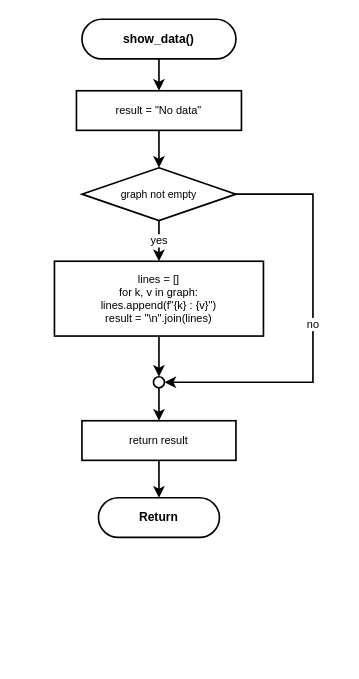
This is program001/flowchart/04_show_data.drawio from kittiphong064008-cyber/AI-Coding, a draw.io file, before an edit. Source tidied: cells renumbered, new cells numbered last; positions are measured from the earlier drawing's top-left corner, leaving out a move shared by most shapes. Both pictures are drawn from the tidied source at 110%, with x=0, y=0 at pixel (54, 19).
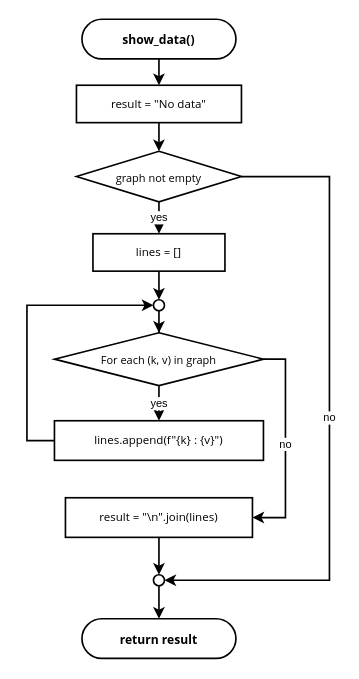
The same page after the edit.

Change to the diagram source:
```diff
@@
-    <mxCell id="2" value="show_data()" style="rounded=1;whiteSpace=wrap;html=1;arcSize=50;fillColor=#ffffff;strokeColor=#000000;strokeWidth=1.5;fontSize=11;fontFamily=Helvetica;fontStyle=1;" parent="1" vertex="1">
+    <mxCell id="2" value="show_data()" style="rounded=1;whiteSpace=wrap;html=1;arcSize=50;fillColor=#ffffff;strokeColor=#000000;strokeWidth=1.5;fontSize=11;fontFamily=Segoe UI;fontStyle=1;" parent="1" vertex="1">
       <mxGeometry x="25" width="140" height="36" as="geometry" />
     </mxCell>
-    <mxCell id="3" value="result = &quot;No data&quot;" style="rounded=0;whiteSpace=wrap;html=1;fillColor=#ffffff;strokeColor=#000000;strokeWidth=1.5;fontSize=10;fontFamily=Helvetica;" parent="1" vertex="1">
-      <mxGeometry x="20" y="65" width="150" height="36" as="geometry" />
+    <mxCell id="3" value="result = &quot;No data&quot;" style="rounded=0;whiteSpace=wrap;html=1;fillColor=#ffffff;strokeColor=#000000;strokeWidth=1.5;fontSize=10.5;fontFamily=Segoe UI;" parent="1" vertex="1">
+      <mxGeometry x="20" y="60" width="150" height="34" as="geometry" />
     </mxCell>
-    <mxCell id="4" value="graph not empty" style="rhombus;whiteSpace=wrap;html=1;fillColor=#ffffff;strokeColor=#000000;strokeWidth=1.5;fontSize=9.5;fontFamily=Helvetica;" parent="1" vertex="1">
-      <mxGeometry x="25" y="135" width="140" height="48" as="geometry" />
+    <mxCell id="4" value="graph not empty" style="rhombus;whiteSpace=wrap;html=1;fillColor=#ffffff;strokeColor=#000000;strokeWidth=1.5;fontSize=10;fontFamily=Segoe UI;" parent="1" vertex="1">
+      <mxGeometry x="20" y="120" width="150" height="46" as="geometry" />
     </mxCell>
-    <mxCell id="5" value="lines = []&#10;for k, v in graph:&#10;  lines.append(f&quot;{k} : {v}&quot;)&#10;result = &quot;\n&quot;.join(lines)" style="rounded=0;whiteSpace=wrap;html=1;fillColor=#ffffff;strokeColor=#000000;strokeWidth=1.5;fontSize=10;fontFamily=Helvetica;" parent="1" vertex="1">
-      <mxGeometry y="220" width="190" height="68" as="geometry" />
-    </mxCell>
+    <mxCell id="16" value="lines = []" style="rounded=0;whiteSpace=wrap;html=1;fillColor=#ffffff;strokeColor=#000000;strokeWidth=1.5;fontSize=10.5;fontFamily=Segoe UI;" parent="1" vertex="1">
+      <mxGeometry x="35" y="195" width="120" height="34" as="geometry" />
+    </mxCell>
+    <mxCell id="17" style="ellipse;whiteSpace=wrap;html=1;fillColor=#ffffff;strokeColor=#000000;strokeWidth=1.5;" parent="1" vertex="1">
+      <mxGeometry x="90" y="255" width="10" height="10" as="geometry" />
+    </mxCell>
+    <mxCell id="18" value="For each (k, v) in graph" style="rhombus;whiteSpace=wrap;html=1;fillColor=#ffffff;strokeColor=#000000;strokeWidth=1.5;fontSize=10;fontFamily=Segoe UI;" parent="1" vertex="1">
+      <mxGeometry y="285" width="190" height="48" as="geometry" />
+    </mxCell>
+    <mxCell id="19" value="lines.append(f&quot;{k} : {v}&quot;)" style="rounded=0;whiteSpace=wrap;html=1;fillColor=#ffffff;strokeColor=#000000;strokeWidth=1.5;fontSize=10.5;fontFamily=Segoe UI;" parent="1" vertex="1">
+      <mxGeometry y="365" width="190" height="36" as="geometry" />
+    </mxCell>
+    <mxCell id="20" value="result = &quot;\n&quot;.join(lines)" style="rounded=0;whiteSpace=wrap;html=1;fillColor=#ffffff;strokeColor=#000000;strokeWidth=1.5;fontSize=10.5;fontFamily=Segoe UI;" parent="1" vertex="1">
+      <mxGeometry x="10" y="435" width="170" height="36" as="geometry" />
+    </mxCell>
     <mxCell id="6" style="ellipse;whiteSpace=wrap;html=1;fillColor=#ffffff;strokeColor=#000000;strokeWidth=1.5;" parent="1" vertex="1">
-      <mxGeometry x="90" y="325" width="10" height="10" as="geometry" />
+      <mxGeometry x="90" y="505" width="10" height="10" as="geometry" />
     </mxCell>
-    <mxCell id="7" value="return result" style="rounded=0;whiteSpace=wrap;html=1;fillColor=#ffffff;strokeColor=#000000;strokeWidth=1.5;fontSize=10;fontFamily=Helvetica;" parent="1" vertex="1">
-      <mxGeometry x="25" y="365" width="140" height="36" as="geometry" />
-    </mxCell>
-    <mxCell id="8" value="Return" style="rounded=1;whiteSpace=wrap;html=1;arcSize=50;fillColor=#ffffff;strokeColor=#000000;strokeWidth=1.5;fontSize=11;fontFamily=Helvetica;fontStyle=1;" parent="1" vertex="1">
-      <mxGeometry x="40" y="435" width="110" height="36" as="geometry" />
+    <mxCell id="8" value="return result" style="rounded=1;whiteSpace=wrap;html=1;arcSize=50;fillColor=#ffffff;strokeColor=#000000;strokeWidth=1.5;fontSize=11;fontFamily=Segoe UI;fontStyle=1;" parent="1" vertex="1">
+      <mxGeometry x="25" y="545" width="140" height="36" as="geometry" />
     </mxCell>
@@
-    <mxCell id="11" value="yes" style="edgeStyle=orthogonalEdgeStyle;rounded=0;jettySize=auto;html=1;strokeWidth=1.5;strokeColor=#000000;fontSize=10;fontColor=#000000;" parent="1" edge="1" source="4" target="5">
+    <mxCell id="11" value="yes" style="edgeStyle=orthogonalEdgeStyle;rounded=0;jettySize=auto;html=1;strokeWidth=1.5;strokeColor=#000000;fontSize=10;fontColor=#000000;" parent="1" edge="1" source="4" target="16">
       <mxGeometry relative="1" as="geometry" />
     </mxCell>
-    <mxCell id="12" style="edgeStyle=orthogonalEdgeStyle;rounded=0;jettySize=auto;html=1;strokeWidth=1.5;strokeColor=#000000;fontSize=10;fontColor=#000000;" parent="1" edge="1" source="5" target="6">
+    <mxCell id="12" style="edgeStyle=orthogonalEdgeStyle;rounded=0;jettySize=auto;html=1;strokeWidth=1.5;strokeColor=#000000;fontSize=10;fontColor=#000000;" parent="1" edge="1" source="16" target="17">
       <mxGeometry relative="1" as="geometry" />
     </mxCell>
-    <mxCell id="13" value="no" style="edgeStyle=orthogonalEdgeStyle;rounded=0;jettySize=auto;html=1;strokeWidth=1.5;strokeColor=#000000;fontSize=10;fontColor=#000000;exitX=1;exitY=0.5;exitDx=0;exitDy=0;entryX=1;entryY=0.5;entryDx=0;entryDy=0;" parent="1" edge="1" source="4" target="6">
-      <mxGeometry relative="1" as="geometry">
-        <Array as="points">
-          <mxPoint x="235" y="159" />
-          <mxPoint x="235" y="330" />
-        </Array>
-      </mxGeometry>
+    <mxCell id="13" style="edgeStyle=orthogonalEdgeStyle;rounded=0;jettySize=auto;html=1;strokeWidth=1.5;strokeColor=#000000;fontSize=10;fontColor=#000000;" parent="1" edge="1" source="17" target="18">
+      <mxGeometry relative="1" as="geometry" />
     </mxCell>
-    <mxCell id="14" style="edgeStyle=orthogonalEdgeStyle;rounded=0;jettySize=auto;html=1;strokeWidth=1.5;strokeColor=#000000;fontSize=10;fontColor=#000000;" parent="1" edge="1" source="6" target="7">
+    <mxCell id="14" value="yes" style="edgeStyle=orthogonalEdgeStyle;rounded=0;jettySize=auto;html=1;strokeWidth=1.5;strokeColor=#000000;fontSize=10;fontColor=#000000;" parent="1" edge="1" source="18" target="19">
       <mxGeometry relative="1" as="geometry" />
     </mxCell>
-    <mxCell id="15" style="edgeStyle=orthogonalEdgeStyle;rounded=0;jettySize=auto;html=1;strokeWidth=1.5;strokeColor=#000000;fontSize=10;fontColor=#000000;" parent="1" edge="1" source="7" target="8">
-      <mxGeometry relative="1" as="geometry" />
+    <mxCell id="15" style="edgeStyle=orthogonalEdgeStyle;rounded=0;jettySize=auto;html=1;strokeWidth=1.5;strokeColor=#000000;fontSize=10;fontColor=#000000;exitX=0;exitY=0.5;exitDx=0;exitDy=0;entryX=0;entryY=0.5;entryDx=0;entryDy=0;" parent="1" edge="1" source="19" target="17">
+      <mxGeometry relative="1" as="geometry">
+        <Array as="points">
+          <mxPoint x="-25" y="383" />
+          <mxPoint x="-25" y="260" />
+        </Array>
+      </mxGeometry>
     </mxCell>
+    <mxCell id="21" value="no" style="edgeStyle=orthogonalEdgeStyle;rounded=0;jettySize=auto;html=1;strokeWidth=1.5;strokeColor=#000000;fontSize=10;fontColor=#000000;exitX=1;exitY=0.5;exitDx=0;exitDy=0;entryX=1;entryY=0.5;entryDx=0;entryDy=0;" parent="1" edge="1" source="18" target="20">
+      <mxGeometry relative="1" as="geometry">
+        <Array as="points">
+          <mxPoint x="210" y="309" />
+          <mxPoint x="210" y="453" />
+        </Array>
+      </mxGeometry>
+    </mxCell>
+    <mxCell id="22" style="edgeStyle=orthogonalEdgeStyle;rounded=0;jettySize=auto;html=1;strokeWidth=1.5;strokeColor=#000000;fontSize=10;fontColor=#000000;" parent="1" edge="1" source="20" target="6">
+      <mxGeometry relative="1" as="geometry" />
+    </mxCell>
+    <mxCell id="23" value="no" style="edgeStyle=orthogonalEdgeStyle;rounded=0;jettySize=auto;html=1;strokeWidth=1.5;strokeColor=#000000;fontSize=10;fontColor=#000000;exitX=1;exitY=0.5;exitDx=0;exitDy=0;entryX=1;entryY=0.5;entryDx=0;entryDy=0;" parent="1" edge="1" source="4" target="6">
+      <mxGeometry relative="1" as="geometry">
+        <Array as="points">
+          <mxPoint x="250" y="143" />
+          <mxPoint x="250" y="510" />
+        </Array>
+      </mxGeometry>
+    </mxCell>
+    <mxCell id="24" style="edgeStyle=orthogonalEdgeStyle;rounded=0;jettySize=auto;html=1;strokeWidth=1.5;strokeColor=#000000;fontSize=10;fontColor=#000000;" parent="1" edge="1" source="6" target="8">
+      <mxGeometry relative="1" as="geometry" />
+    </mxCell>
```
